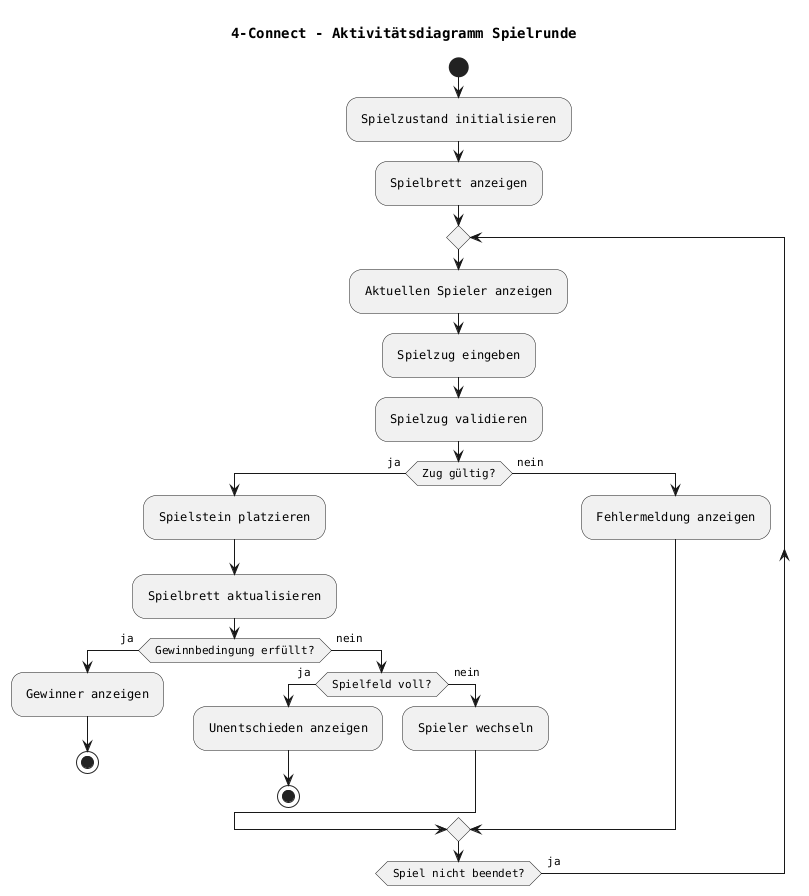
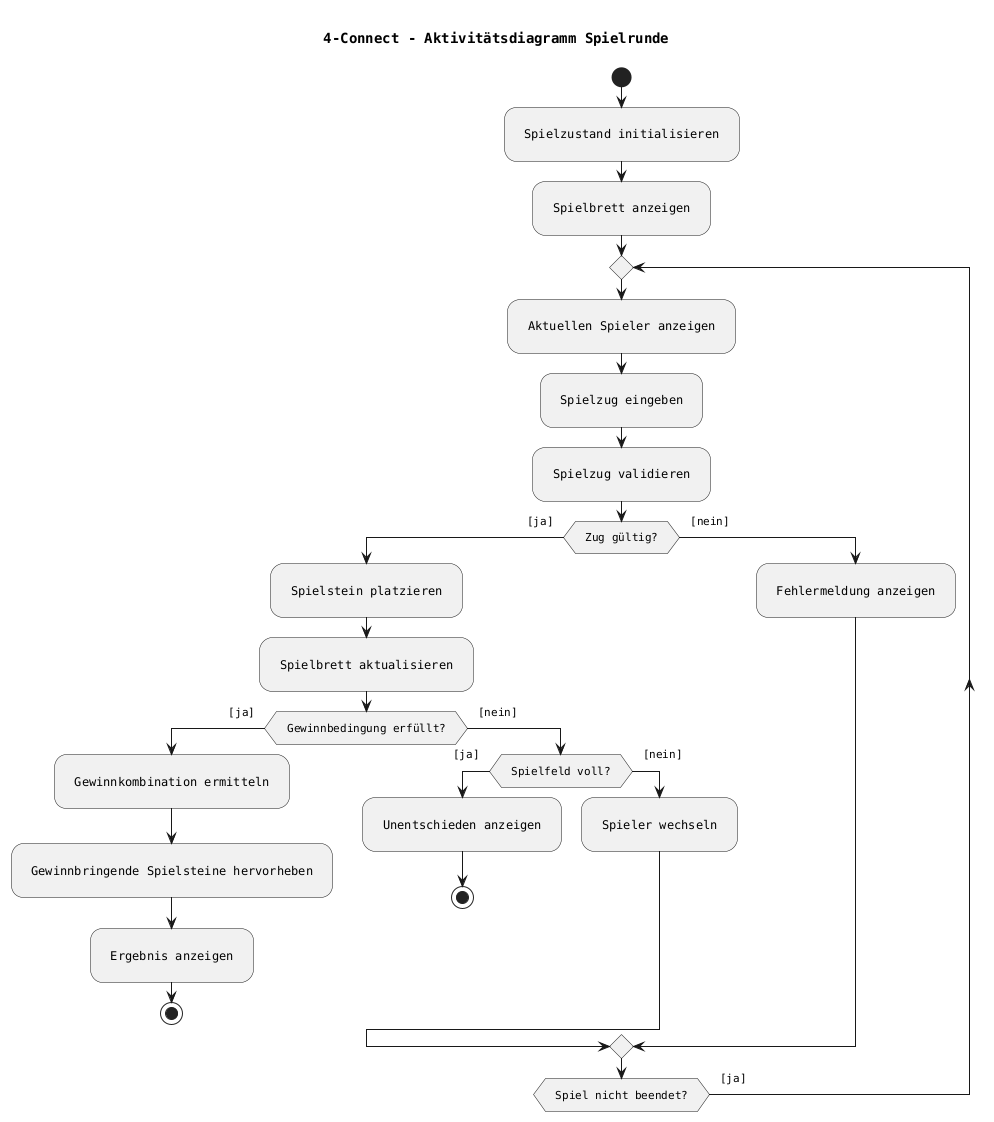
@startuml
title 4-Connect - Aktivitätsdiagramm Spielrunde

skinparam defaultFontName Monospaced
+ skinparam linetype ortho
skinparam nodesep 300
- skinparam ranksep 100
- skinparam padding 5
+ skinparam ranksep 300
+ skinparam padding 10

start

:Spielzustand initialisieren;
:Spielbrett anzeigen;

repeat
  :Aktuellen Spieler anzeigen;
  :Spielzug eingeben;
  :Spielzug validieren;

-   if (Zug gültig?) then (ja)
+   if (Zug gültig?) then ([ja])
    :Spielstein platzieren;
    :Spielbrett aktualisieren;

-     if (Gewinnbedingung erfüllt?) then (ja)
-       :Gewinner anzeigen;
+     if (Gewinnbedingung erfüllt?) then ([ja])
+       :Gewinnkombination ermitteln;
+       :Gewinnbringende Spielsteine hervorheben;
+       :Ergebnis anzeigen;
      stop
-     else (nein)
-       if (Spielfeld voll?) then (ja)
+     else ([nein])
+       if (Spielfeld voll?) then ([ja])
        :Unentschieden anzeigen;
        stop
-       else (nein)
+       else ([nein])
        :Spieler wechseln;
      endif
    endif

-   else (nein)
+   else ([nein])
    :Fehlermeldung anzeigen;
  endif

- repeat while (Spiel nicht beendet?) is (ja)
+ repeat while (Spiel nicht beendet?) is ([ja])

@enduml
